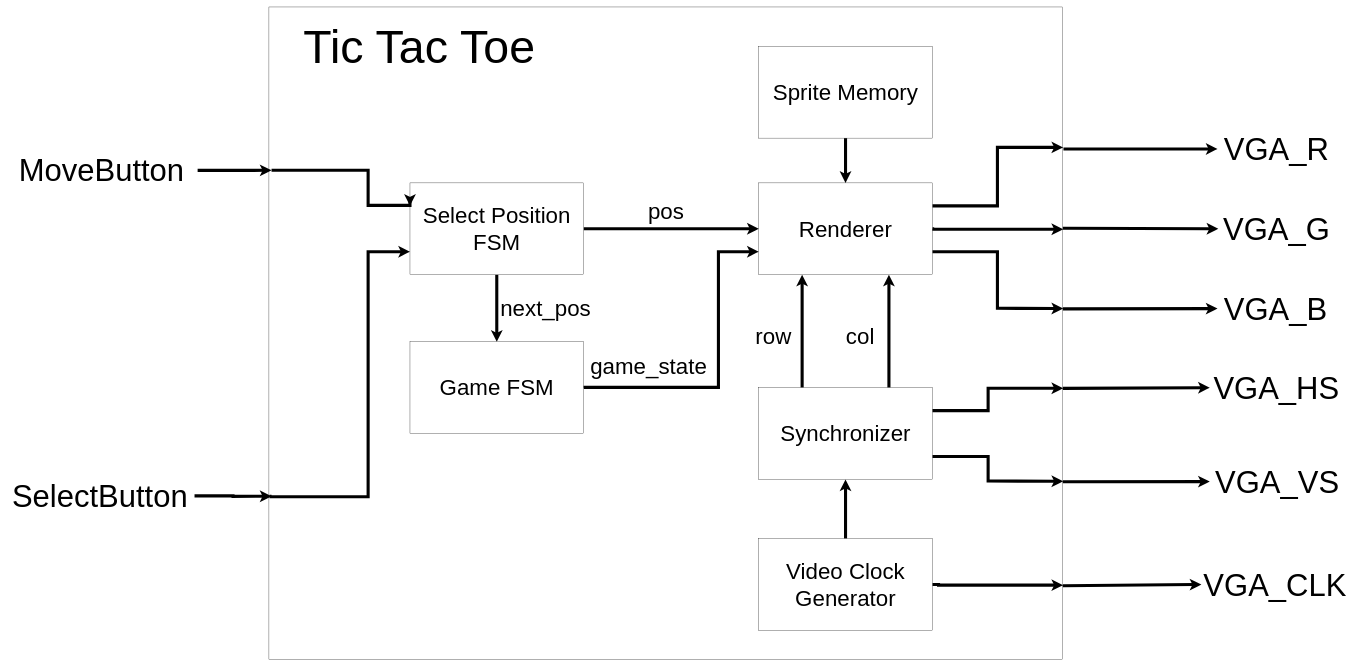
This is page "Tercer nivel" (3 of 3) of VGA/Diagramas/Diagramas.drawio from m-herrera/Digital-Design-Workshop, a draw.io file, before an edit. Source tidied: cells renumbered, new cells numbered last; positions are measured from the earlier drawing's top-left corner, leaving out a move shared by most shapes. Both pictures are drawn from the tidied source at 31%, with x=0, y=0 at pixel (5, 7).
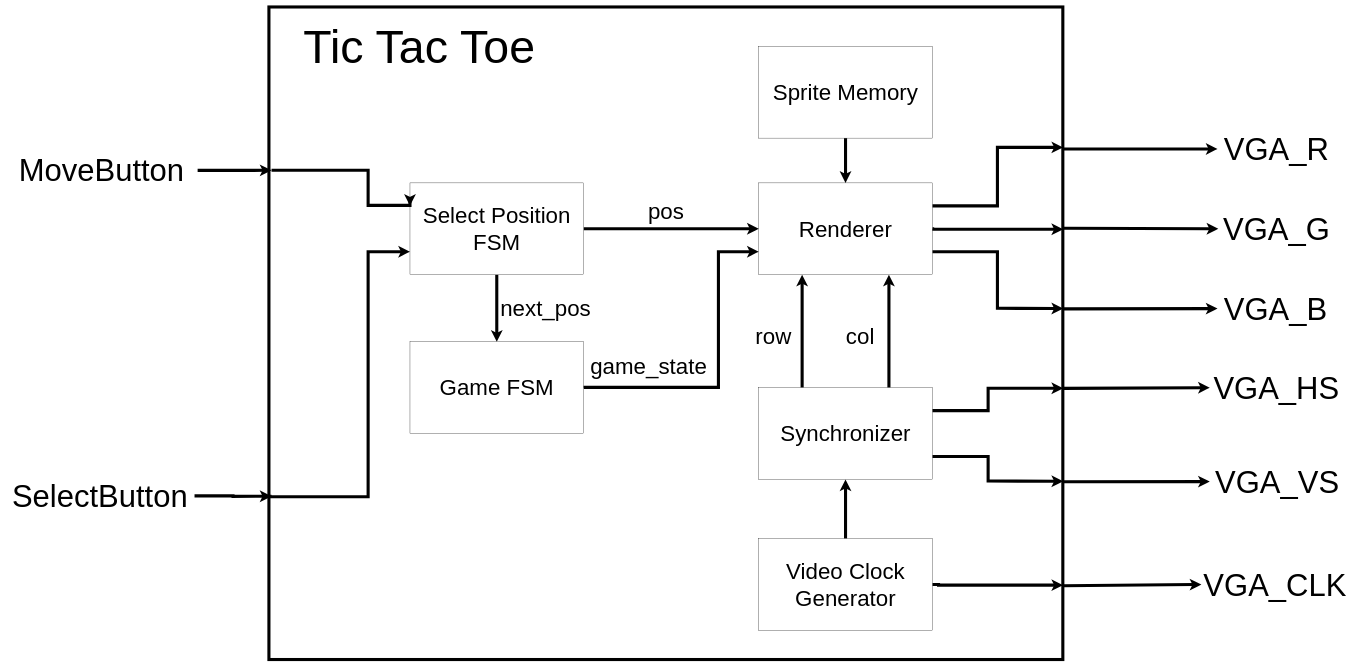
Above is the later version.

Diff of the diagram source:
```diff
@@
-    <mxCell id="2" style="rounded=0;whiteSpace=wrap;html=1;fontSize=144;" parent="1" vertex="1">
+    <mxCell id="2" style="rounded=0;whiteSpace=wrap;html=1;fontSize=144;strokeWidth=10;" parent="1" vertex="1">
       <mxGeometry x="850" width="2561" height="2105" as="geometry" />
     </mxCell>
```
